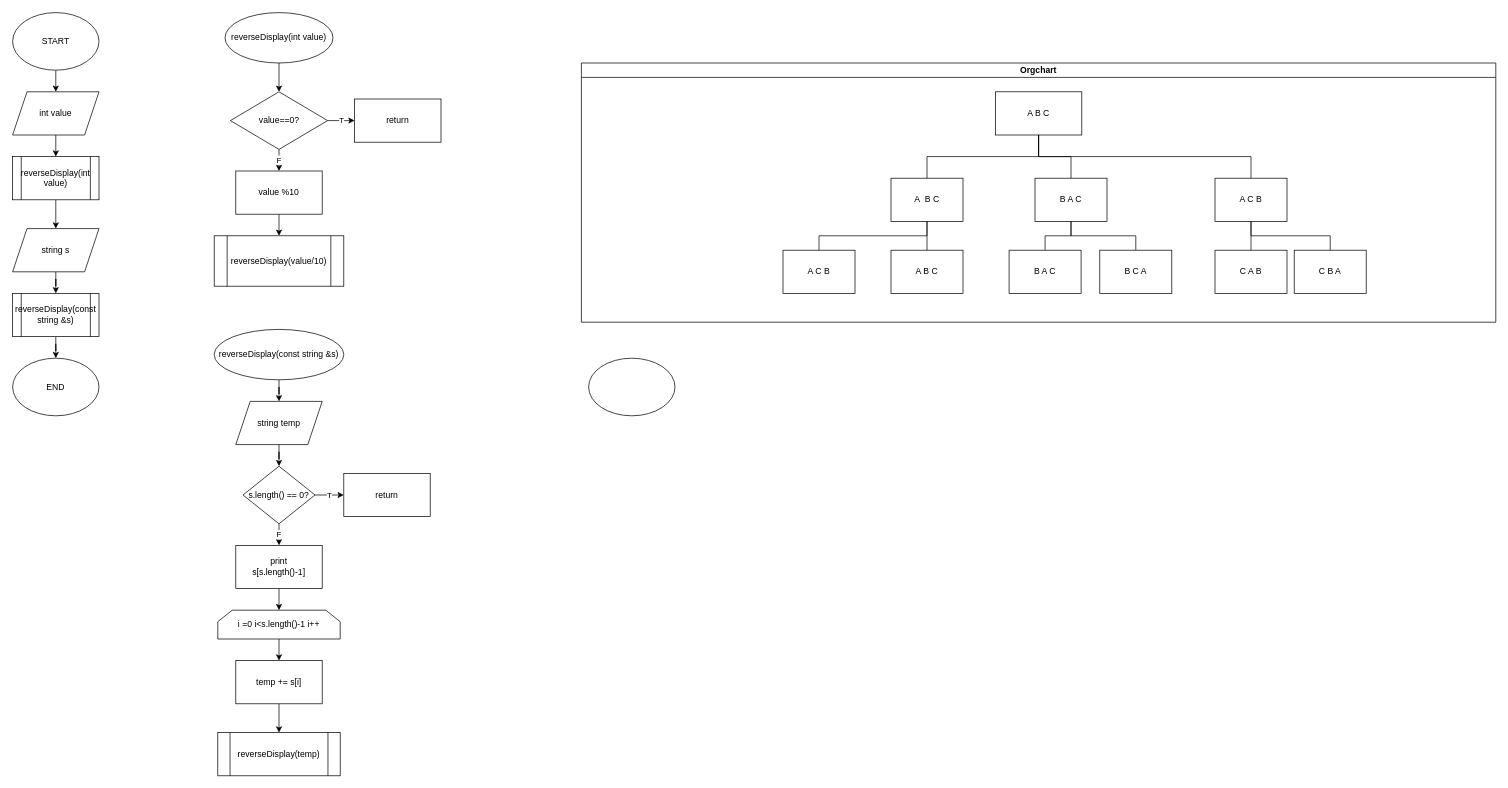
This is Quiz0607.drawio from gradeF/Flowchart, a draw.io file, before an edit. Source tidied: cells renumbered, new cells numbered last; positions are measured from the earlier drawing's top-left corner, leaving out a move shared by most shapes. Both pictures are drawn from the tidied source at 72%, with x=0, y=0 at pixel (12, 12).
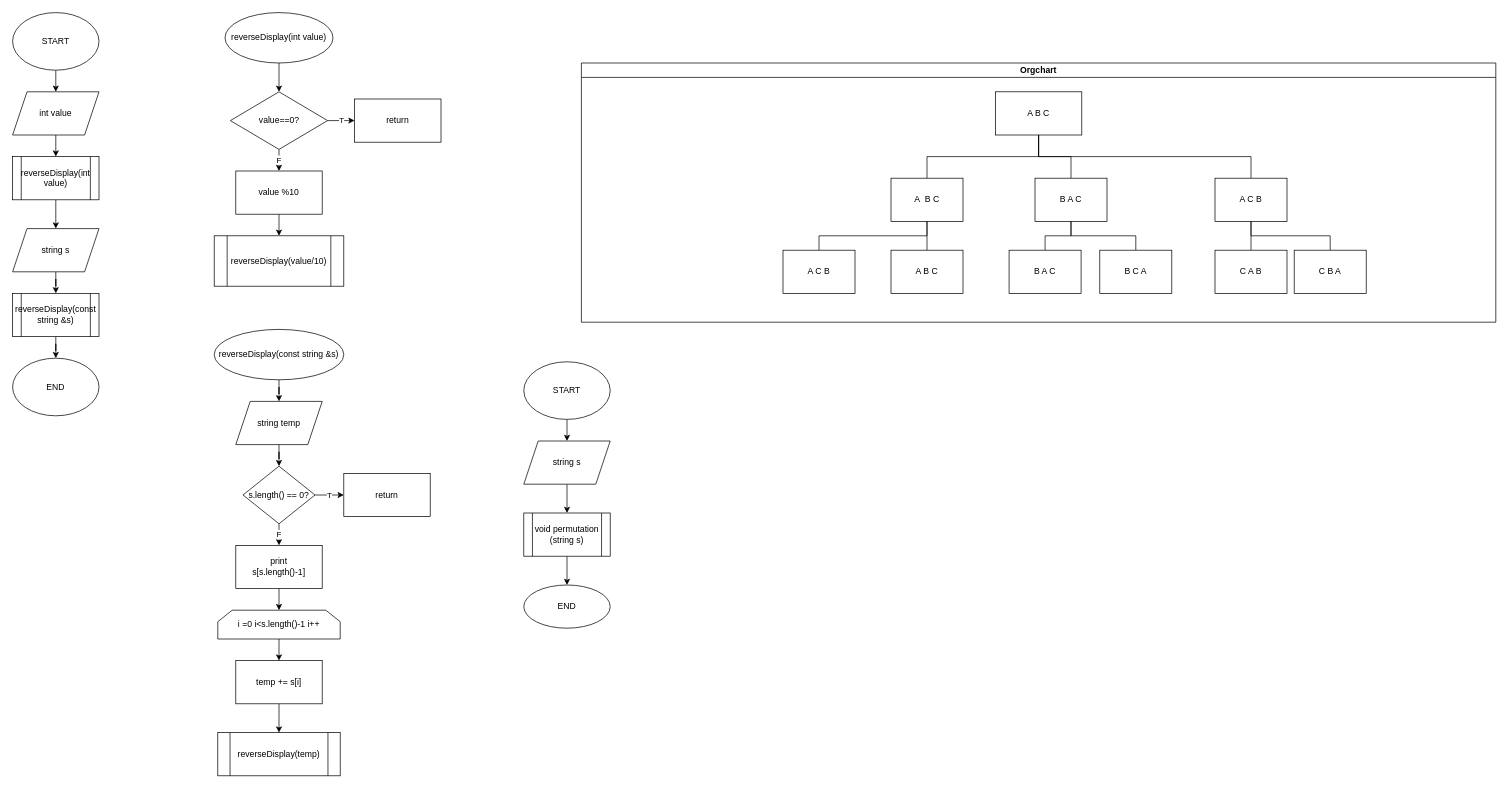
The same diagram, later.

Diff of the diagram source:
```diff
@@
+    <mxCell id="59" style="edgeStyle=orthogonalEdgeStyle;rounded=0;jettySize=auto;html=1;exitX=0.5;exitY=1;exitDx=0;exitDy=0;entryX=0.5;entryY=0;entryDx=0;entryDy=0;" parent="1" edge="1" source="58" target="61">
+      <mxGeometry relative="1" as="geometry" />
+    </mxCell>
-    <mxCell id="58" style="ellipse;whiteSpace=wrap;html=1;" parent="1" vertex="1">
-      <mxGeometry x="800" y="480" width="120" height="80" as="geometry" />
+    <mxCell id="58" value="START" style="ellipse;whiteSpace=wrap;html=1;" parent="1" vertex="1">
+      <mxGeometry x="710" y="485" width="120" height="80" as="geometry" />
     </mxCell>
+    <mxCell id="60" style="edgeStyle=orthogonalEdgeStyle;rounded=0;jettySize=auto;html=1;exitX=0.5;exitY=1;exitDx=0;exitDy=0;entryX=0.5;entryY=0;entryDx=0;entryDy=0;" parent="1" edge="1" source="61" target="63">
+      <mxGeometry relative="1" as="geometry" />
+    </mxCell>
+    <mxCell id="61" value="string s" style="shape=parallelogram;perimeter=parallelogramPerimeter;whiteSpace=wrap;html=1;fixedSize=1;" parent="1" vertex="1">
+      <mxGeometry x="710" y="595" width="120" height="60" as="geometry" />
+    </mxCell>
+    <mxCell id="62" style="edgeStyle=orthogonalEdgeStyle;rounded=0;jettySize=auto;html=1;" parent="1" edge="1" source="63" target="64">
+      <mxGeometry relative="1" as="geometry" />
+    </mxCell>
+    <mxCell id="63" value="void permutation&lt;br&gt;(string s)" style="shape=process;whiteSpace=wrap;html=1;backgroundOutline=1;" parent="1" vertex="1">
+      <mxGeometry x="710" y="695" width="120" height="60" as="geometry" />
+    </mxCell>
+    <mxCell id="64" value="END" style="ellipse;whiteSpace=wrap;html=1;" parent="1" vertex="1">
+      <mxGeometry x="710" y="795" width="120" height="60" as="geometry" />
+    </mxCell>
```
